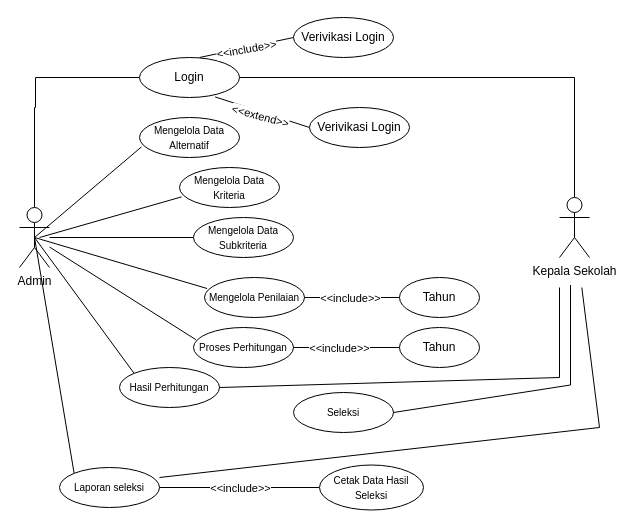
Earlier version of the draw.io diagram inputbeasiswa.drawio (ocawidiahara/oca-web-pertama). Source tidied: cells renumbered, new cells numbered last; positions are measured from the earlier drawing's top-left corner, leaving out a move shared by most shapes. Both pictures are drawn from the tidied source at 100%, with x=0, y=0 at pixel (19, 17).
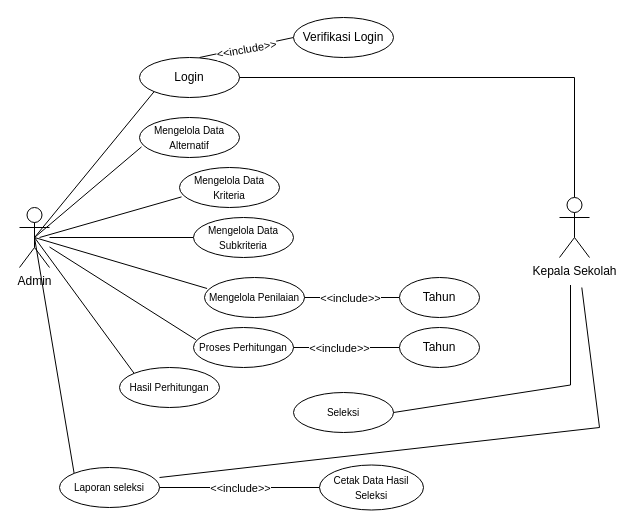
After the change.

Unchanged cells that the change refers to:
```xml
<mxCell id="3" value="Admin" style="shape=umlActor;verticalLabelPosition=bottom;verticalAlign=top;html=1;outlineConnect=0;" parent="1" vertex="1">
  <mxGeometry y="190" width="30" height="60" as="geometry" />
</mxCell>
<mxCell id="4" value="Login" style="ellipse;whiteSpace=wrap;html=1;" parent="1" vertex="1">
  <mxGeometry x="120" y="40" width="100" height="40" as="geometry" />
</mxCell>
<mxCell id="28" value="&lt;span style=&quot;font-size: 10px;&quot;&gt;Hasil Perhitungan&lt;/span&gt;" style="ellipse;whiteSpace=wrap;html=1;" parent="1" vertex="1">
  <mxGeometry x="100" y="350" width="100" height="40" as="geometry" />
</mxCell>
```

Diff of the diagram source:
```diff
@@
-    <mxCell id="2" style="edgeStyle=orthogonalEdgeStyle;rounded=0;jettySize=auto;html=1;endArrow=none;startFill=0;entryX=0;entryY=0.5;entryDx=0;entryDy=0;" parent="1" edge="1" source="3" target="4">
-      <mxGeometry relative="1" as="geometry">
-        <Array as="points">
-          <mxPoint x="15" y="90" />
-          <mxPoint x="16" y="90" />
-          <mxPoint x="16" y="60" />
-        </Array>
-      </mxGeometry>
-    </mxCell>
@@
-    <mxCell id="7" value="Verivikasi Login" style="ellipse;whiteSpace=wrap;html=1;" parent="1" vertex="1">
+    <mxCell id="7" value="Verifikasi Login" style="ellipse;whiteSpace=wrap;html=1;" parent="1" vertex="1">
       <mxGeometry x="274" width="100" height="40" as="geometry" />
     </mxCell>
-    <mxCell id="8" style="endArrow=none;html=1;rounded=0;entryX=0;entryY=0.5;entryDx=0;entryDy=0;exitX=0.756;exitY=0.985;exitDx=0;exitDy=0;exitPerimeter=0;" parent="1" edge="1" source="4" target="10">
-      <mxGeometry relative="1" as="geometry" />
-    </mxCell>
-    <mxCell id="9" value="&amp;lt;&amp;lt;extend&amp;gt;&amp;gt;" style="edgeLabel;html=1;align=center;verticalAlign=middle;rotation=15;" parent="8" vertex="1">
-      <mxGeometry x="0.09" y="-3" relative="1" as="geometry">
-        <mxPoint x="-5" y="-1" as="offset" />
-      </mxGeometry>
-    </mxCell>
-    <mxCell id="10" value="Verivikasi Login" style="ellipse;whiteSpace=wrap;html=1;" parent="1" vertex="1">
-      <mxGeometry x="290" y="90" width="100" height="40" as="geometry" />
-    </mxCell>
@@
-    <mxCell id="36" style="endArrow=none;html=1;rounded=0;exitX=1;exitY=0.5;exitDx=0;exitDy=0;" parent="1" edge="1" source="28">
-      <mxGeometry relative="1" as="geometry">
-        <mxPoint x="540" y="270" as="targetPoint" />
-        <Array as="points">
-          <mxPoint x="540" y="360" />
-        </Array>
-      </mxGeometry>
-    </mxCell>
@@
+    <mxCell id="2" style="endArrow=none;html=1;rounded=0;exitX=0.5;exitY=0.5;exitDx=0;exitDy=0;exitPerimeter=0;entryX=0;entryY=1;entryDx=0;entryDy=0;" parent="1" edge="1" source="3" target="4">
+      <mxGeometry relative="1" as="geometry" />
+    </mxCell>
```
